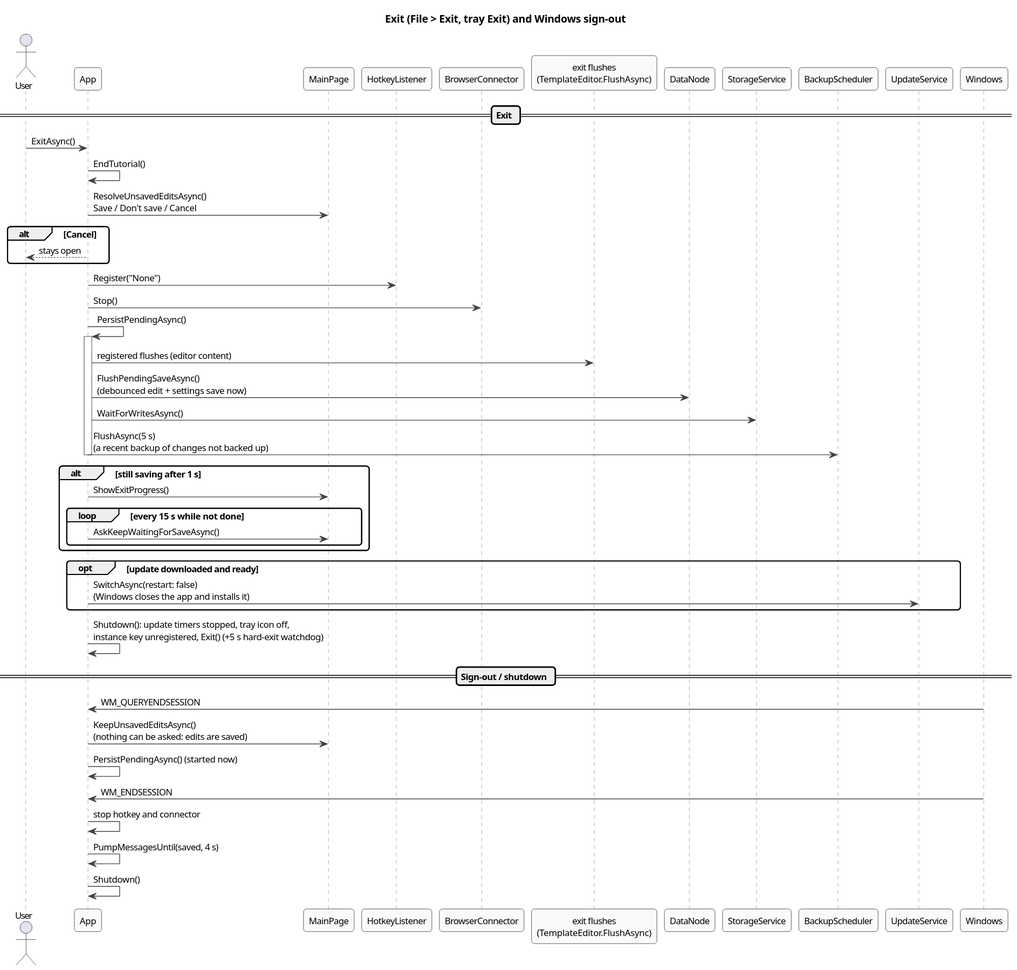
halatsWol/TextTemplateManager-v2 keeps this PlantUML diagram as docs/architecture/diagrams/seq-exit.svg. Above is the earlier version.
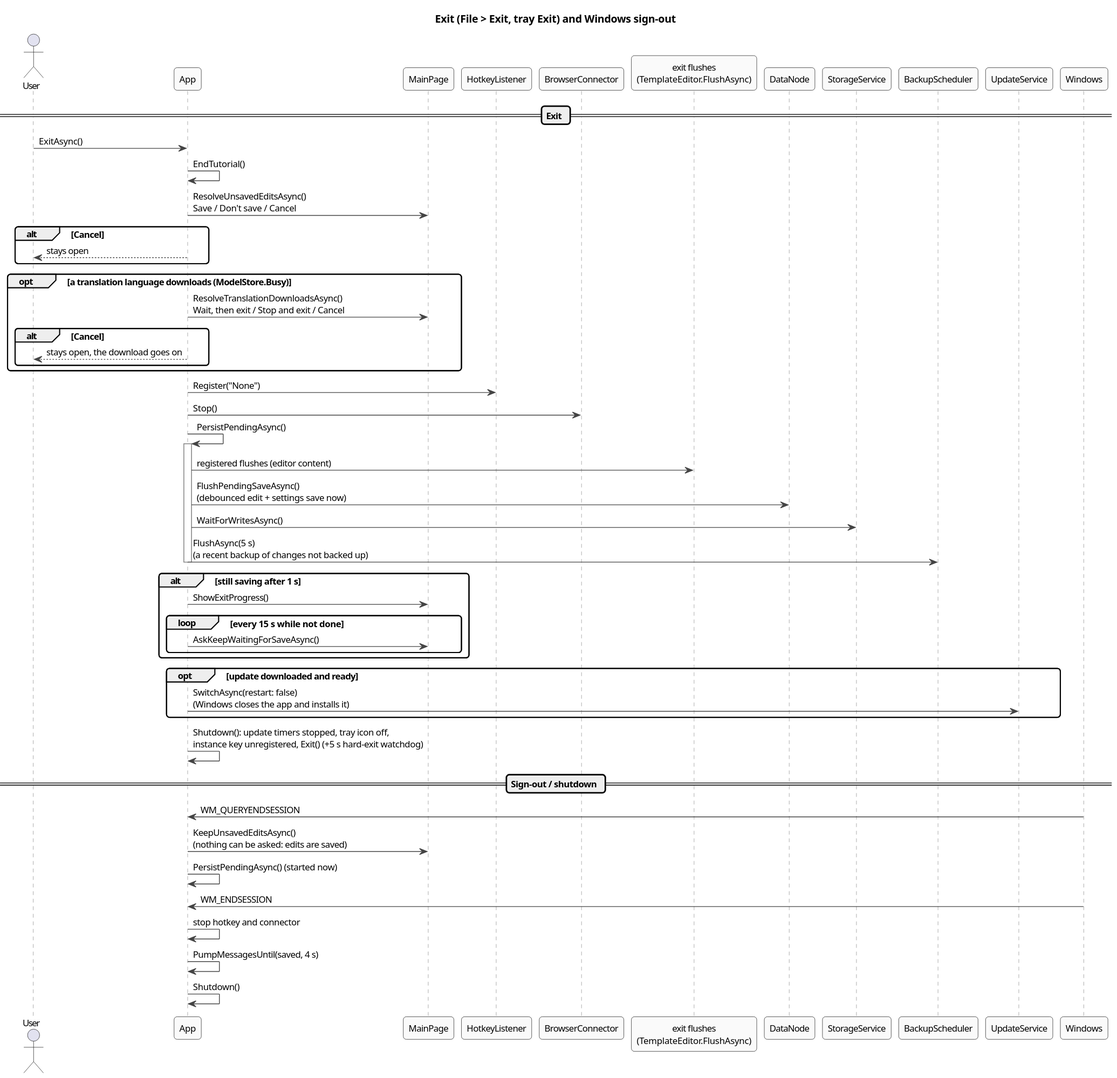
The same file after the commit.

Commit message:
translation: downloads off the UI thread with throttled progress, keep running across Settings; exit asks to wait (with percentage) or stop

What changed in the source:
```diff
@@ -19,6 +19,12 @@
 App -> MainPage : ResolveUnsavedEditsAsync()\nSave / Don't save / Cancel
 alt Cancel
   App --> User : stays open
+end
+opt a translation language downloads (ModelStore.Busy)
+  App -> MainPage : ResolveTranslationDownloadsAsync()\nWait, then exit / Stop and exit / Cancel
+  alt Cancel
+    App --> User : stays open, the download goes on
+  end
 end
 App -> HotkeyListener : Register("None")
 App -> BrowserConnector : Stop()
```
